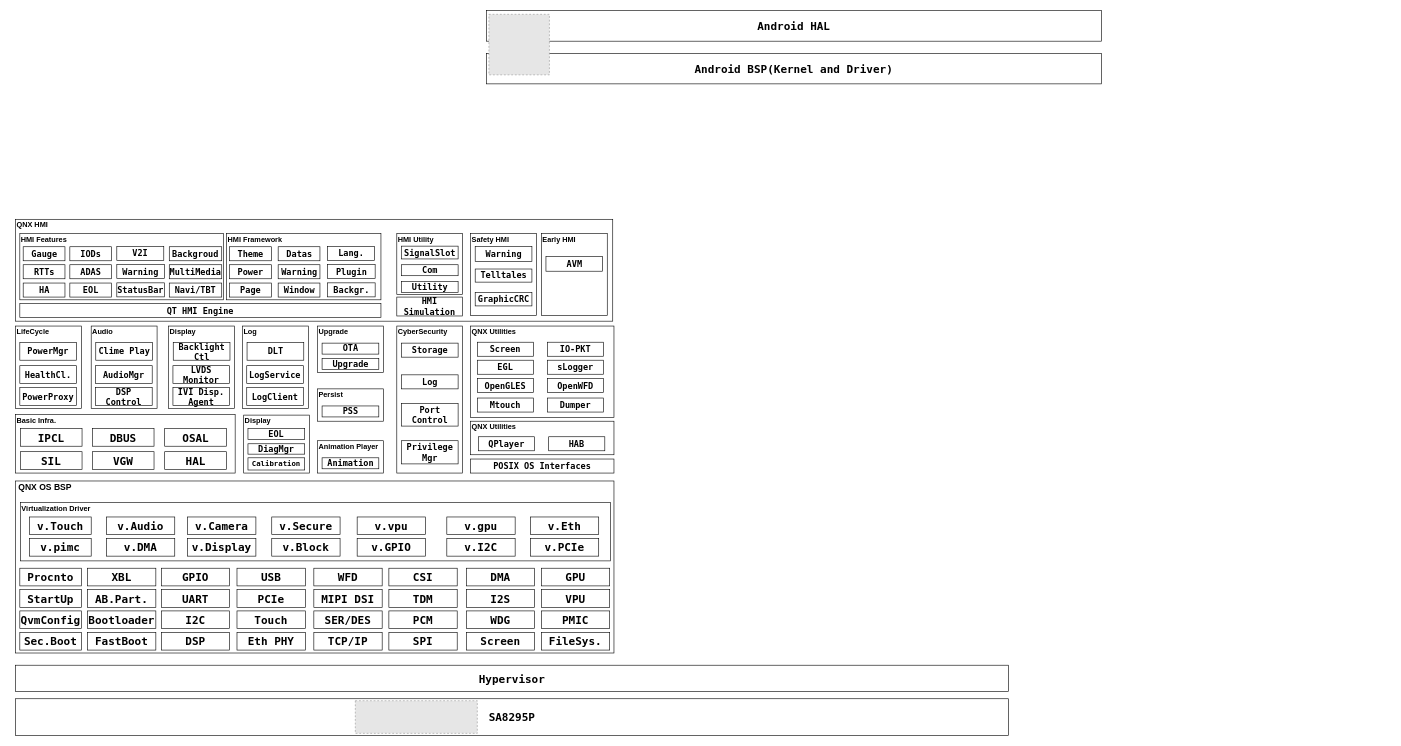
qxcjust/allkindsofArchitecture keeps this draw.io diagram as AndroidAndQNX_8295.drawio. Above is the earlier version. Source tidied: cells renumbered, new cells numbered last; positions are measured from the earlier drawing's top-left corner, leaving out a move shared by most shapes. Both pictures are drawn from the tidied source at 61%, with x=0, y=0 at pixel (15, 10). Pictures stored in the file or linked from it are replaced by grey dashed boxes.
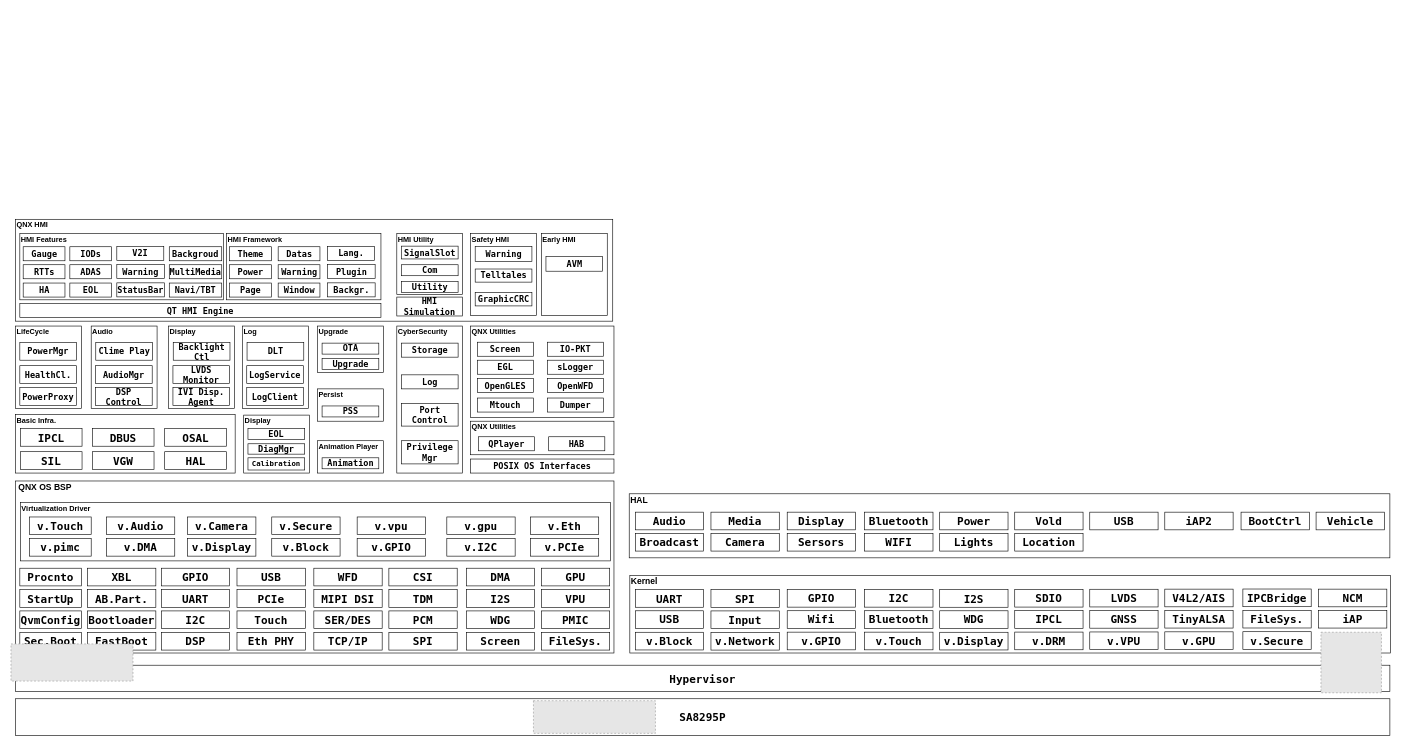
The same page after the edit.

Change to the diagram source:
```diff
@@
     <mxCell id="2" value="&lt;font style=&quot;font-size: 18px;&quot; face=&quot;Lucida Console&quot;&gt;SA8295P&lt;/font&gt;" style="rounded=0;whiteSpace=wrap;html=1;fontStyle=1;" parent="1" vertex="1">
-      <mxGeometry y="1128" width="1628" height="60" as="geometry" />
+      <mxGeometry y="1128" width="2253" height="60" as="geometry" />
     </mxCell>
     <mxCell id="3" style="fillColor=#E6E6E6;strokeColor=#999999;dashed=1;verticalLabelPosition=bottom;labelBackgroundColor=default;verticalAlign=top;" parent="1" vertex="1">
-      <mxGeometry x="557" y="1131.2" width="200" height="53.5" as="geometry" />
+      <mxGeometry x="849" y="1131.2" width="200" height="53.5" as="geometry" />
     </mxCell>
     <mxCell id="4" value="&lt;font style=&quot;font-size: 18px;&quot; face=&quot;Lucida Console&quot;&gt;Hypervisor&lt;/font&gt;" style="rounded=0;whiteSpace=wrap;html=1;fontStyle=1;" parent="1" vertex="1">
-      <mxGeometry y="1073" width="1628" height="43" as="geometry" />
+      <mxGeometry y="1073" width="2253" height="43" as="geometry" />
     </mxCell>
@@
-    <mxCell id="6" value="&lt;font face=&quot;Lucida Console&quot;&gt;&lt;span style=&quot;font-size: 18px;&quot;&gt;Android BSP(Kernel and Driver)&lt;/span&gt;&lt;/font&gt;" style="rounded=0;whiteSpace=wrap;html=1;fontStyle=1;align=center;" parent="1" vertex="1">
-      <mxGeometry x="772" y="70" width="1008" height="50" as="geometry" />
-    </mxCell>
-    <mxCell id="7" value="&lt;font face=&quot;Lucida Console&quot;&gt;&lt;span style=&quot;font-size: 18px;&quot;&gt;Android HAL&lt;/span&gt;&lt;/font&gt;" style="rounded=0;whiteSpace=wrap;html=1;fontStyle=1;align=center;" parent="1" vertex="1">
-      <mxGeometry x="772" width="1008" height="50" as="geometry" />
+    <mxCell id="7" style="rounded=0;whiteSpace=wrap;html=1;fontStyle=1;align=center;" parent="1" vertex="1">
+      <mxGeometry x="1007" y="926" width="1247" height="127" as="geometry" />
     </mxCell>
-    <mxCell id="8" style="fillColor=#E6E6E6;strokeColor=#999999;dashed=1;verticalLabelPosition=bottom;labelBackgroundColor=default;verticalAlign=top;" parent="1" vertex="1">
-      <mxGeometry x="776" y="6" width="99.2" height="99.2" as="geometry" />
-    </mxCell>
@@
+    <mxCell id="164" value="&lt;font style=&quot;font-size: 14px;&quot;&gt;Kernel&lt;/font&gt;" style="text;html=1;whiteSpace=wrap;strokeColor=none;fillColor=none;align=left;verticalAlign=middle;rounded=0;fontStyle=1;" parent="1" vertex="1">
+      <mxGeometry x="1007" y="926" width="121" height="19" as="geometry" />
+    </mxCell>
+    <mxCell id="165" value="&lt;font face=&quot;Lucida Console&quot;&gt;&lt;span style=&quot;font-size: 18px;&quot;&gt;UART&lt;/span&gt;&lt;/font&gt;" style="rounded=0;whiteSpace=wrap;html=1;fontStyle=1;align=center;" parent="1" vertex="1">
+      <mxGeometry x="1016" y="949" width="112" height="29" as="geometry" />
+    </mxCell>
+    <mxCell id="166" value="&lt;font face=&quot;Lucida Console&quot;&gt;&lt;span style=&quot;font-size: 18px;&quot;&gt;USB&lt;/span&gt;&lt;/font&gt;" style="rounded=0;whiteSpace=wrap;html=1;fontStyle=1;align=center;" parent="1" vertex="1">
+      <mxGeometry x="1016" y="983.8" width="112" height="29" as="geometry" />
+    </mxCell>
+    <mxCell id="167" value="&lt;font face=&quot;Lucida Console&quot;&gt;&lt;span style=&quot;font-size: 18px;&quot;&gt;v.Block&lt;/span&gt;&lt;/font&gt;" style="rounded=0;whiteSpace=wrap;html=1;fontStyle=1;align=center;" parent="1" vertex="1">
+      <mxGeometry x="1016" y="1019" width="112" height="29" as="geometry" />
+    </mxCell>
+    <mxCell id="168" value="&lt;font face=&quot;Lucida Console&quot;&gt;&lt;span style=&quot;font-size: 18px;&quot;&gt;SPI&lt;/span&gt;&lt;/font&gt;" style="rounded=0;whiteSpace=wrap;html=1;fontStyle=1;align=center;" parent="1" vertex="1">
+      <mxGeometry x="1140" y="949.2" width="112" height="29" as="geometry" />
+    </mxCell>
+    <mxCell id="169" value="&lt;font face=&quot;Lucida Console&quot;&gt;&lt;span style=&quot;font-size: 18px;&quot;&gt;Input&lt;/span&gt;&lt;/font&gt;" style="rounded=0;whiteSpace=wrap;html=1;fontStyle=1;align=center;" parent="1" vertex="1">
+      <mxGeometry x="1140" y="984" width="112" height="29" as="geometry" />
+    </mxCell>
+    <mxCell id="170" value="&lt;font face=&quot;Lucida Console&quot;&gt;&lt;span style=&quot;font-size: 18px;&quot;&gt;v.Network&lt;/span&gt;&lt;/font&gt;" style="rounded=0;whiteSpace=wrap;html=1;fontStyle=1;align=center;" parent="1" vertex="1">
+      <mxGeometry x="1140" y="1019.2" width="112" height="29" as="geometry" />
+    </mxCell>
+    <mxCell id="171" value="&lt;font face=&quot;Lucida Console&quot;&gt;&lt;span style=&quot;font-size: 18px;&quot;&gt;GPIO&lt;/span&gt;&lt;/font&gt;" style="rounded=0;whiteSpace=wrap;html=1;fontStyle=1;align=center;" parent="1" vertex="1">
+      <mxGeometry x="1265" y="948.8" width="112" height="29" as="geometry" />
+    </mxCell>
+    <mxCell id="172" value="&lt;font face=&quot;Lucida Console&quot;&gt;&lt;span style=&quot;font-size: 18px;&quot;&gt;Wifi&lt;/span&gt;&lt;/font&gt;" style="rounded=0;whiteSpace=wrap;html=1;fontStyle=1;align=center;" parent="1" vertex="1">
+      <mxGeometry x="1265" y="983.7" width="112" height="29" as="geometry" />
+    </mxCell>
+    <mxCell id="173" value="&lt;font face=&quot;Lucida Console&quot;&gt;&lt;span style=&quot;font-size: 18px;&quot;&gt;v.GPIO&lt;/span&gt;&lt;/font&gt;" style="rounded=0;whiteSpace=wrap;html=1;fontStyle=1;align=center;" parent="1" vertex="1">
+      <mxGeometry x="1265" y="1018.8" width="112" height="29" as="geometry" />
+    </mxCell>
+    <mxCell id="174" value="&lt;font face=&quot;Lucida Console&quot;&gt;&lt;span style=&quot;font-size: 18px;&quot;&gt;I2C&lt;/span&gt;&lt;/font&gt;" style="rounded=0;whiteSpace=wrap;html=1;fontStyle=1;align=center;" parent="1" vertex="1">
+      <mxGeometry x="1392" y="948.8" width="112" height="29" as="geometry" />
+    </mxCell>
+    <mxCell id="175" value="&lt;font face=&quot;Lucida Console&quot;&gt;&lt;span style=&quot;font-size: 18px;&quot;&gt;Bluetooth&lt;/span&gt;&lt;/font&gt;" style="rounded=0;whiteSpace=wrap;html=1;fontStyle=1;align=center;" parent="1" vertex="1">
+      <mxGeometry x="1392" y="983.7" width="112" height="29" as="geometry" />
+    </mxCell>
+    <mxCell id="176" value="&lt;font face=&quot;Lucida Console&quot;&gt;&lt;span style=&quot;font-size: 18px;&quot;&gt;v.Touch&lt;/span&gt;&lt;/font&gt;" style="rounded=0;whiteSpace=wrap;html=1;fontStyle=1;align=center;" parent="1" vertex="1">
+      <mxGeometry x="1392" y="1018.8" width="112" height="29" as="geometry" />
+    </mxCell>
+    <mxCell id="177" value="&lt;font face=&quot;Lucida Console&quot;&gt;&lt;span style=&quot;font-size: 18px;&quot;&gt;I2S&lt;/span&gt;&lt;/font&gt;" style="rounded=0;whiteSpace=wrap;html=1;fontStyle=1;align=center;" parent="1" vertex="1">
+      <mxGeometry x="1515" y="949" width="112" height="29" as="geometry" />
+    </mxCell>
+    <mxCell id="178" value="&lt;font face=&quot;Lucida Console&quot;&gt;&lt;span style=&quot;font-size: 18px;&quot;&gt;WDG&lt;/span&gt;&lt;/font&gt;" style="rounded=0;whiteSpace=wrap;html=1;fontStyle=1;align=center;" parent="1" vertex="1">
+      <mxGeometry x="1515" y="983.8" width="112" height="29" as="geometry" />
+    </mxCell>
+    <mxCell id="179" value="&lt;font face=&quot;Lucida Console&quot;&gt;&lt;span style=&quot;font-size: 18px;&quot;&gt;v.Display&lt;/span&gt;&lt;/font&gt;" style="rounded=0;whiteSpace=wrap;html=1;fontStyle=1;align=center;" parent="1" vertex="1">
+      <mxGeometry x="1515" y="1019" width="112" height="29" as="geometry" />
+    </mxCell>
+    <mxCell id="180" value="&lt;font face=&quot;Lucida Console&quot;&gt;&lt;span style=&quot;font-size: 18px;&quot;&gt;SDIO&lt;/span&gt;&lt;/font&gt;" style="rounded=0;whiteSpace=wrap;html=1;fontStyle=1;align=center;" parent="1" vertex="1">
+      <mxGeometry x="1638" y="948.7" width="112" height="29" as="geometry" />
+    </mxCell>
+    <mxCell id="181" value="&lt;font face=&quot;Lucida Console&quot;&gt;&lt;span style=&quot;font-size: 18px;&quot;&gt;IPCL&lt;/span&gt;&lt;/font&gt;" style="rounded=0;whiteSpace=wrap;html=1;fontStyle=1;align=center;" parent="1" vertex="1">
+      <mxGeometry x="1638" y="983.5" width="112" height="29" as="geometry" />
+    </mxCell>
+    <mxCell id="182" value="&lt;font face=&quot;Lucida Console&quot;&gt;&lt;span style=&quot;font-size: 18px;&quot;&gt;v.DRM&lt;/span&gt;&lt;/font&gt;" style="rounded=0;whiteSpace=wrap;html=1;fontStyle=1;align=center;" parent="1" vertex="1">
+      <mxGeometry x="1638" y="1018.7" width="112" height="29" as="geometry" />
+    </mxCell>
+    <mxCell id="183" value="&lt;font face=&quot;Lucida Console&quot;&gt;&lt;span style=&quot;font-size: 18px;&quot;&gt;LVDS&lt;/span&gt;&lt;/font&gt;" style="rounded=0;whiteSpace=wrap;html=1;fontStyle=1;align=center;" parent="1" vertex="1">
+      <mxGeometry x="1761" y="948.5" width="112" height="29" as="geometry" />
+    </mxCell>
+    <mxCell id="184" value="&lt;font face=&quot;Lucida Console&quot;&gt;&lt;span style=&quot;font-size: 18px;&quot;&gt;GNSS&lt;/span&gt;&lt;/font&gt;" style="rounded=0;whiteSpace=wrap;html=1;fontStyle=1;align=center;" parent="1" vertex="1">
+      <mxGeometry x="1761" y="983.3" width="112" height="29" as="geometry" />
+    </mxCell>
+    <mxCell id="185" value="&lt;font face=&quot;Lucida Console&quot;&gt;&lt;span style=&quot;font-size: 18px;&quot;&gt;v.VPU&lt;/span&gt;&lt;/font&gt;" style="rounded=0;whiteSpace=wrap;html=1;fontStyle=1;align=center;" parent="1" vertex="1">
+      <mxGeometry x="1761" y="1018.5" width="112" height="29" as="geometry" />
+    </mxCell>
+    <mxCell id="186" value="&lt;font face=&quot;Lucida Console&quot;&gt;&lt;span style=&quot;font-size: 18px;&quot;&gt;V4L2/AIS&lt;/span&gt;&lt;/font&gt;" style="rounded=0;whiteSpace=wrap;html=1;fontStyle=1;align=center;" parent="1" vertex="1">
+      <mxGeometry x="1884" y="948.3" width="112" height="29" as="geometry" />
+    </mxCell>
+    <mxCell id="187" value="&lt;font face=&quot;Lucida Console&quot;&gt;&lt;span style=&quot;font-size: 18px;&quot;&gt;TinyALSA&lt;/span&gt;&lt;/font&gt;" style="rounded=0;whiteSpace=wrap;html=1;fontStyle=1;align=center;" parent="1" vertex="1">
+      <mxGeometry x="1884" y="983.1" width="112" height="29" as="geometry" />
+    </mxCell>
+    <mxCell id="188" value="&lt;font face=&quot;Lucida Console&quot;&gt;&lt;span style=&quot;font-size: 18px;&quot;&gt;v.GPU&lt;/span&gt;&lt;/font&gt;" style="rounded=0;whiteSpace=wrap;html=1;fontStyle=1;align=center;" parent="1" vertex="1">
+      <mxGeometry x="1884" y="1018.3" width="112" height="29" as="geometry" />
+    </mxCell>
+    <mxCell id="189" value="&lt;font face=&quot;Lucida Console&quot;&gt;&lt;span style=&quot;font-size: 18px;&quot;&gt;IPCBridge&lt;/span&gt;&lt;/font&gt;" style="rounded=0;whiteSpace=wrap;html=1;fontStyle=1;align=center;" parent="1" vertex="1">
+      <mxGeometry x="2012" y="948.1" width="112" height="29" as="geometry" />
+    </mxCell>
+    <mxCell id="190" value="&lt;font face=&quot;Lucida Console&quot;&gt;&lt;span style=&quot;font-size: 18px;&quot;&gt;FileSys.&lt;/span&gt;&lt;/font&gt;" style="rounded=0;whiteSpace=wrap;html=1;fontStyle=1;align=center;" parent="1" vertex="1">
+      <mxGeometry x="2012" y="983" width="112" height="29" as="geometry" />
+    </mxCell>
+    <mxCell id="191" value="&lt;font face=&quot;Lucida Console&quot;&gt;&lt;span style=&quot;font-size: 18px;&quot;&gt;v.Secure&lt;/span&gt;&lt;/font&gt;" style="rounded=0;whiteSpace=wrap;html=1;fontStyle=1;align=center;" parent="1" vertex="1">
+      <mxGeometry x="2012" y="1018.1" width="112" height="29" as="geometry" />
+    </mxCell>
+    <mxCell id="192" value="&lt;font face=&quot;Lucida Console&quot;&gt;&lt;span style=&quot;font-size: 18px;&quot;&gt;NCM&lt;/span&gt;&lt;/font&gt;" style="rounded=0;whiteSpace=wrap;html=1;fontStyle=1;align=center;" parent="1" vertex="1">
+      <mxGeometry x="2136" y="948.3" width="112" height="29" as="geometry" />
+    </mxCell>
+    <mxCell id="193" value="&lt;font face=&quot;Lucida Console&quot;&gt;&lt;span style=&quot;font-size: 18px;&quot;&gt;iAP&lt;/span&gt;&lt;/font&gt;" style="rounded=0;whiteSpace=wrap;html=1;fontStyle=1;align=center;" parent="1" vertex="1">
+      <mxGeometry x="2136" y="983.1" width="112" height="29" as="geometry" />
+    </mxCell>
+    <mxCell id="8" style="fillColor=#E6E6E6;strokeColor=#999999;dashed=1;verticalLabelPosition=bottom;labelBackgroundColor=default;verticalAlign=top;" parent="1" vertex="1">
+      <mxGeometry x="2140" y="1019" width="99.2" height="99.2" as="geometry" />
+    </mxCell>
+    <mxCell id="194" style="fillColor=#E6E6E6;strokeColor=#999999;dashed=1;verticalLabelPosition=bottom;labelBackgroundColor=default;verticalAlign=top;" parent="1" vertex="1">
+      <mxGeometry x="-7.5" y="1038.1" width="200" height="60.9" as="geometry" />
+    </mxCell>
+    <mxCell id="195" style="rounded=0;whiteSpace=wrap;html=1;fontStyle=1;align=center;" parent="1" vertex="1">
+      <mxGeometry x="1006" y="792" width="1247" height="105" as="geometry" />
+    </mxCell>
+    <mxCell id="196" value="&lt;font style=&quot;font-size: 14px;&quot;&gt;HAL&lt;/font&gt;" style="text;html=1;whiteSpace=wrap;strokeColor=none;fillColor=none;align=left;verticalAlign=middle;rounded=0;fontStyle=1;" parent="1" vertex="1">
+      <mxGeometry x="1006" y="792" width="121" height="19" as="geometry" />
+    </mxCell>
+    <mxCell id="197" value="&lt;font face=&quot;Lucida Console&quot;&gt;&lt;span style=&quot;font-size: 18px;&quot;&gt;Audio&lt;/span&gt;&lt;/font&gt;" style="rounded=0;whiteSpace=wrap;html=1;fontStyle=1;align=center;" parent="1" vertex="1">
+      <mxGeometry x="1016" y="822.1" width="112" height="29" as="geometry" />
+    </mxCell>
+    <mxCell id="198" value="&lt;font face=&quot;Lucida Console&quot;&gt;&lt;span style=&quot;font-size: 18px;&quot;&gt;Broadcast&lt;/span&gt;&lt;/font&gt;" style="rounded=0;whiteSpace=wrap;html=1;fontStyle=1;align=center;" parent="1" vertex="1">
+      <mxGeometry x="1016" y="856.9" width="112" height="29" as="geometry" />
+    </mxCell>
+    <mxCell id="199" value="&lt;font face=&quot;Lucida Console&quot;&gt;&lt;span style=&quot;font-size: 18px;&quot;&gt;Media&lt;/span&gt;&lt;/font&gt;" style="rounded=0;whiteSpace=wrap;html=1;fontStyle=1;align=center;" parent="1" vertex="1">
+      <mxGeometry x="1140" y="822.1" width="112" height="29" as="geometry" />
+    </mxCell>
+    <mxCell id="200" value="&lt;font face=&quot;Lucida Console&quot;&gt;&lt;span style=&quot;font-size: 18px;&quot;&gt;Camera&lt;/span&gt;&lt;/font&gt;" style="rounded=0;whiteSpace=wrap;html=1;fontStyle=1;align=center;" parent="1" vertex="1">
+      <mxGeometry x="1140" y="856.9" width="112" height="29" as="geometry" />
+    </mxCell>
+    <mxCell id="201" value="&lt;font face=&quot;Lucida Console&quot;&gt;&lt;span style=&quot;font-size: 18px;&quot;&gt;Display&lt;/span&gt;&lt;/font&gt;" style="rounded=0;whiteSpace=wrap;html=1;fontStyle=1;align=center;" parent="1" vertex="1">
+      <mxGeometry x="1265" y="822.1" width="112" height="29" as="geometry" />
+    </mxCell>
+    <mxCell id="202" value="&lt;font face=&quot;Lucida Console&quot;&gt;&lt;span style=&quot;font-size: 18px;&quot;&gt;Sersors&lt;/span&gt;&lt;/font&gt;" style="rounded=0;whiteSpace=wrap;html=1;fontStyle=1;align=center;" parent="1" vertex="1">
+      <mxGeometry x="1265" y="856.9" width="112" height="29" as="geometry" />
+    </mxCell>
+    <mxCell id="203" value="&lt;font face=&quot;Lucida Console&quot;&gt;&lt;span style=&quot;font-size: 18px;&quot;&gt;Bluetooth&lt;/span&gt;&lt;/font&gt;" style="rounded=0;whiteSpace=wrap;html=1;fontStyle=1;align=center;" parent="1" vertex="1">
+      <mxGeometry x="1392" y="822.1" width="112" height="29" as="geometry" />
+    </mxCell>
+    <mxCell id="204" value="&lt;font face=&quot;Lucida Console&quot;&gt;&lt;span style=&quot;font-size: 18px;&quot;&gt;WIFI&lt;/span&gt;&lt;/font&gt;" style="rounded=0;whiteSpace=wrap;html=1;fontStyle=1;align=center;" parent="1" vertex="1">
+      <mxGeometry x="1392" y="856.9" width="112" height="29" as="geometry" />
+    </mxCell>
+    <mxCell id="205" value="&lt;font face=&quot;Lucida Console&quot;&gt;&lt;span style=&quot;font-size: 18px;&quot;&gt;Power&lt;/span&gt;&lt;/font&gt;" style="rounded=0;whiteSpace=wrap;html=1;fontStyle=1;align=center;" parent="1" vertex="1">
+      <mxGeometry x="1515" y="822.1" width="112" height="29" as="geometry" />
+    </mxCell>
+    <mxCell id="206" value="&lt;font face=&quot;Lucida Console&quot;&gt;&lt;span style=&quot;font-size: 18px;&quot;&gt;Lights&lt;/span&gt;&lt;/font&gt;" style="rounded=0;whiteSpace=wrap;html=1;fontStyle=1;align=center;" parent="1" vertex="1">
+      <mxGeometry x="1515" y="856.9" width="112" height="29" as="geometry" />
+    </mxCell>
+    <mxCell id="207" value="&lt;font face=&quot;Lucida Console&quot;&gt;&lt;span style=&quot;font-size: 18px;&quot;&gt;Vold&lt;/span&gt;&lt;/font&gt;" style="rounded=0;whiteSpace=wrap;html=1;fontStyle=1;align=center;" parent="1" vertex="1">
+      <mxGeometry x="1638" y="822.1" width="112" height="29" as="geometry" />
+    </mxCell>
+    <mxCell id="208" value="&lt;font face=&quot;Lucida Console&quot;&gt;&lt;span style=&quot;font-size: 18px;&quot;&gt;Location&lt;/span&gt;&lt;/font&gt;" style="rounded=0;whiteSpace=wrap;html=1;fontStyle=1;align=center;" parent="1" vertex="1">
+      <mxGeometry x="1638" y="856.9" width="112" height="29" as="geometry" />
+    </mxCell>
+    <mxCell id="209" value="&lt;font face=&quot;Lucida Console&quot;&gt;&lt;span style=&quot;font-size: 18px;&quot;&gt;USB&lt;/span&gt;&lt;/font&gt;" style="rounded=0;whiteSpace=wrap;html=1;fontStyle=1;align=center;" parent="1" vertex="1">
+      <mxGeometry x="1761" y="822.1" width="112" height="29" as="geometry" />
+    </mxCell>
+    <mxCell id="210" value="&lt;font face=&quot;Lucida Console&quot;&gt;&lt;span style=&quot;font-size: 18px;&quot;&gt;BootCtrl&lt;/span&gt;&lt;/font&gt;" style="rounded=0;whiteSpace=wrap;html=1;fontStyle=1;align=center;" parent="1" vertex="1">
+      <mxGeometry x="2009" y="822.1" width="112" height="29" as="geometry" />
+    </mxCell>
+    <mxCell id="211" value="&lt;font face=&quot;Lucida Console&quot;&gt;&lt;span style=&quot;font-size: 18px;&quot;&gt;iAP2&lt;/span&gt;&lt;/font&gt;" style="rounded=0;whiteSpace=wrap;html=1;fontStyle=1;align=center;" parent="1" vertex="1">
+      <mxGeometry x="1884" y="822.1" width="112" height="29" as="geometry" />
+    </mxCell>
+    <mxCell id="212" value="&lt;font face=&quot;Lucida Console&quot;&gt;&lt;span style=&quot;font-size: 18px;&quot;&gt;Vehicle&lt;/span&gt;&lt;/font&gt;" style="rounded=0;whiteSpace=wrap;html=1;fontStyle=1;align=center;" parent="1" vertex="1">
+      <mxGeometry x="2132" y="822.1" width="112" height="29" as="geometry" />
+    </mxCell>
```
